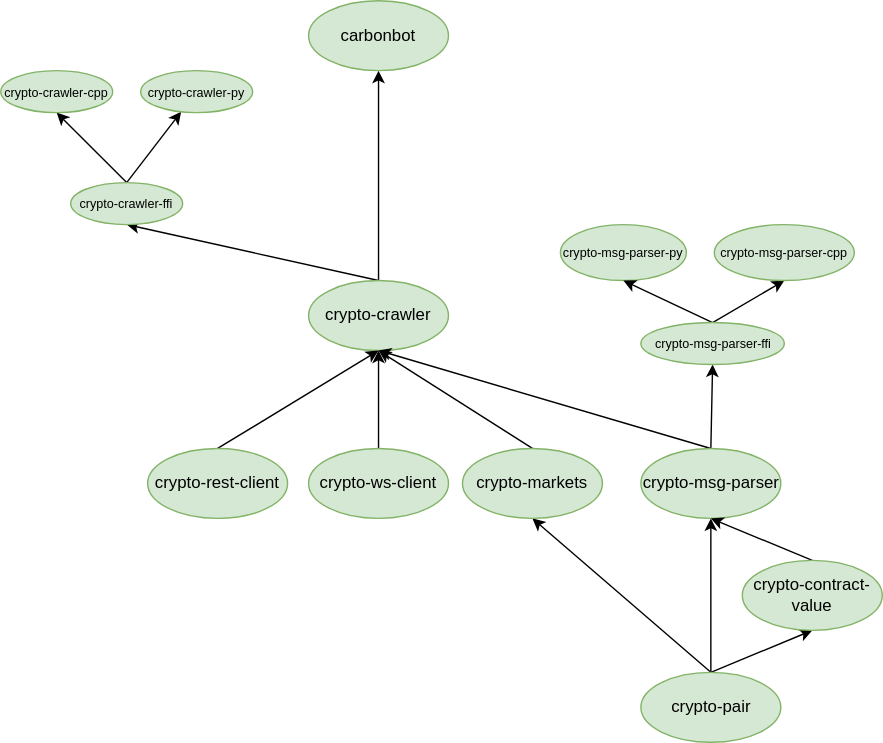
Before: dependency-tree.svg, a diagram exported from draw.io (crypto-crawler/crypto-crawler-rs). Source tidied: cells renumbered, new cells last; positions are measured from the earlier drawing's top-left corner, leaving out a move shared by most shapes.
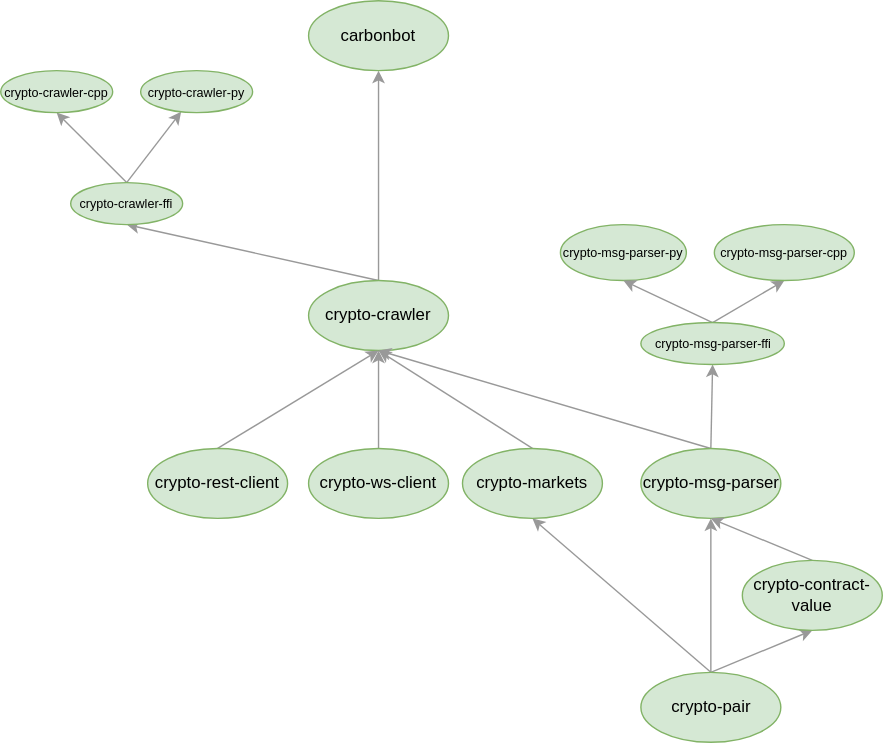
Above is the later version.

What changed in the source:
```diff
@@ -2,37 +2,37 @@
   <root>
     <mxCell id="0" />
     <mxCell id="1" parent="0" />
-    <mxCell id="2" style="rounded=0;jettySize=auto;html=1;entryX=0.5;entryY=1;entryDx=0;entryDy=0;exitX=0.5;exitY=0;exitDx=0;exitDy=0;" parent="1" edge="1" source="5" target="19">
+    <mxCell id="2" style="rounded=0;jettySize=auto;html=1;entryX=0.5;entryY=1;entryDx=0;entryDy=0;exitX=0.5;exitY=0;exitDx=0;exitDy=0;strokeColor=#999999;" parent="1" edge="1" source="5" target="19">
       <mxGeometry relative="1" as="geometry" />
     </mxCell>
-    <mxCell id="3" style="rounded=0;jettySize=auto;html=1;exitX=0.5;exitY=0;exitDx=0;exitDy=0;entryX=0.5;entryY=1;entryDx=0;entryDy=0;" parent="1" edge="1" source="5" target="21">
+    <mxCell id="3" style="rounded=0;jettySize=auto;html=1;exitX=0.5;exitY=0;exitDx=0;exitDy=0;entryX=0.5;entryY=1;entryDx=0;entryDy=0;strokeColor=#999999;" parent="1" edge="1" source="5" target="21">
       <mxGeometry relative="1" as="geometry" />
     </mxCell>
-    <mxCell id="4" style="rounded=0;jettySize=auto;html=1;exitX=0.5;exitY=0;exitDx=0;exitDy=0;entryX=0.5;entryY=1;entryDx=0;entryDy=0;" parent="1" edge="1" source="5" target="7">
+    <mxCell id="4" style="rounded=0;jettySize=auto;html=1;exitX=0.5;exitY=0;exitDx=0;exitDy=0;entryX=0.5;entryY=1;entryDx=0;entryDy=0;strokeColor=#999999;" parent="1" edge="1" source="5" target="7">
       <mxGeometry relative="1" as="geometry" />
     </mxCell>
     <mxCell id="5" value="crypto-pair" style="ellipse;whiteSpace=wrap;html=1;fillColor=#d5e8d4;strokeColor=#82b366;" parent="1" vertex="1">
       <mxGeometry x="457.5" y="480" width="100" height="50" as="geometry" />
     </mxCell>
-    <mxCell id="6" style="edgeStyle=none;rounded=0;jettySize=auto;html=1;exitX=0.5;exitY=0;exitDx=0;exitDy=0;entryX=0.5;entryY=1;entryDx=0;entryDy=0;" parent="1" edge="1" source="7" target="11">
+    <mxCell id="6" style="edgeStyle=none;rounded=0;jettySize=auto;html=1;exitX=0.5;exitY=0;exitDx=0;exitDy=0;entryX=0.5;entryY=1;entryDx=0;entryDy=0;strokeColor=#999999;" parent="1" edge="1" source="7" target="11">
       <mxGeometry relative="1" as="geometry" />
     </mxCell>
     <mxCell id="7" value="crypto-markets" style="ellipse;whiteSpace=wrap;html=1;fillColor=#d5e8d4;strokeColor=#82b366;" parent="1" vertex="1">
       <mxGeometry x="330" y="320" width="100" height="50" as="geometry" />
     </mxCell>
-    <mxCell id="8" style="rounded=0;jettySize=auto;html=1;exitX=0.5;exitY=0;exitDx=0;exitDy=0;" parent="1" edge="1" source="25" target="22">
+    <mxCell id="8" style="rounded=0;jettySize=auto;html=1;exitX=0.5;exitY=0;exitDx=0;exitDy=0;strokeColor=#999999;" parent="1" edge="1" source="25" target="22">
       <mxGeometry relative="1" as="geometry" />
     </mxCell>
-    <mxCell id="9" style="rounded=0;jettySize=auto;html=1;exitX=0.5;exitY=0;exitDx=0;exitDy=0;entryX=0.5;entryY=1;entryDx=0;entryDy=0;" parent="1" edge="1" source="11" target="25">
+    <mxCell id="9" style="rounded=0;jettySize=auto;html=1;exitX=0.5;exitY=0;exitDx=0;exitDy=0;entryX=0.5;entryY=1;entryDx=0;entryDy=0;strokeColor=#999999;" parent="1" edge="1" source="11" target="25">
       <mxGeometry relative="1" as="geometry" />
     </mxCell>
-    <mxCell id="10" style="edgeStyle=none;rounded=0;jettySize=auto;html=1;exitX=0.5;exitY=0;exitDx=0;exitDy=0;entryX=0.5;entryY=1;entryDx=0;entryDy=0;" parent="1" edge="1" source="11" target="14">
+    <mxCell id="10" style="edgeStyle=none;rounded=0;jettySize=auto;html=1;exitX=0.5;exitY=0;exitDx=0;exitDy=0;entryX=0.5;entryY=1;entryDx=0;entryDy=0;strokeColor=#999999;" parent="1" edge="1" source="11" target="14">
       <mxGeometry relative="1" as="geometry" />
     </mxCell>
     <mxCell id="11" value="crypto-crawler" style="ellipse;whiteSpace=wrap;html=1;fillColor=#d5e8d4;strokeColor=#82b366;" parent="1" vertex="1">
       <mxGeometry x="220" y="200" width="100" height="50" as="geometry" />
     </mxCell>
-    <mxCell id="12" style="edgeStyle=none;rounded=0;jettySize=auto;html=1;exitX=0.5;exitY=0;exitDx=0;exitDy=0;entryX=0.5;entryY=1;entryDx=0;entryDy=0;" parent="1" edge="1" source="13" target="11">
+    <mxCell id="12" style="edgeStyle=none;rounded=0;jettySize=auto;html=1;exitX=0.5;exitY=0;exitDx=0;exitDy=0;entryX=0.5;entryY=1;entryDx=0;entryDy=0;strokeColor=#999999;" parent="1" edge="1" source="13" target="11">
       <mxGeometry relative="1" as="geometry" />
     </mxCell>
     <mxCell id="13" value="crypto-ws-client" style="ellipse;whiteSpace=wrap;html=1;fillColor=#d5e8d4;strokeColor=#82b366;" parent="1" vertex="1">
@@ -41,22 +41,22 @@
     <mxCell id="14" value="carbonbot" style="ellipse;whiteSpace=wrap;html=1;fillColor=#d5e8d4;strokeColor=#82b366;" parent="1" vertex="1">
       <mxGeometry x="220" width="100" height="50" as="geometry" />
     </mxCell>
-    <mxCell id="15" style="edgeStyle=none;rounded=0;jettySize=auto;html=1;exitX=0.5;exitY=0;exitDx=0;exitDy=0;entryX=0.5;entryY=1;entryDx=0;entryDy=0;" parent="1" edge="1" source="16" target="11">
+    <mxCell id="15" style="edgeStyle=none;rounded=0;jettySize=auto;html=1;exitX=0.5;exitY=0;exitDx=0;exitDy=0;entryX=0.5;entryY=1;entryDx=0;entryDy=0;strokeColor=#999999;" parent="1" edge="1" source="16" target="11">
       <mxGeometry relative="1" as="geometry" />
     </mxCell>
     <mxCell id="16" value="crypto-rest-client" style="ellipse;whiteSpace=wrap;html=1;fillColor=#d5e8d4;strokeColor=#82b366;" parent="1" vertex="1">
       <mxGeometry x="105" y="320" width="100" height="50" as="geometry" />
     </mxCell>
-    <mxCell id="17" style="edgeStyle=none;rounded=0;jettySize=auto;html=1;exitX=0.5;exitY=0;exitDx=0;exitDy=0;entryX=0.5;entryY=1;entryDx=0;entryDy=0;exitPerimeter=0;" parent="1" edge="1" source="19" target="11">
+    <mxCell id="17" style="edgeStyle=none;rounded=0;jettySize=auto;html=1;exitX=0.5;exitY=0;exitDx=0;exitDy=0;entryX=0.5;entryY=1;entryDx=0;entryDy=0;exitPerimeter=0;strokeColor=#999999;" parent="1" edge="1" source="19" target="11">
       <mxGeometry relative="1" as="geometry" />
     </mxCell>
-    <mxCell id="18" style="edgeStyle=none;rounded=0;jettySize=auto;html=1;exitX=0.5;exitY=0;exitDx=0;exitDy=0;entryX=0.5;entryY=1;entryDx=0;entryDy=0;" parent="1" edge="1" source="19" target="29">
+    <mxCell id="18" style="edgeStyle=none;rounded=0;jettySize=auto;html=1;exitX=0.5;exitY=0;exitDx=0;exitDy=0;entryX=0.5;entryY=1;entryDx=0;entryDy=0;strokeColor=#999999;" parent="1" edge="1" source="19" target="29">
       <mxGeometry relative="1" as="geometry" />
     </mxCell>
     <mxCell id="19" value="crypto-msg-parser" style="ellipse;whiteSpace=wrap;html=1;fillColor=#d5e8d4;strokeColor=#82b366;" parent="1" vertex="1">
       <mxGeometry x="457.5" y="320" width="100" height="50" as="geometry" />
     </mxCell>
-    <mxCell id="20" style="edgeStyle=none;rounded=0;jettySize=auto;html=1;exitX=0.5;exitY=0;exitDx=0;exitDy=0;entryX=0.5;entryY=1;entryDx=0;entryDy=0;" parent="1" edge="1" source="21" target="19">
+    <mxCell id="20" style="edgeStyle=none;rounded=0;jettySize=auto;html=1;exitX=0.5;exitY=0;exitDx=0;exitDy=0;entryX=0.5;entryY=1;entryDx=0;entryDy=0;strokeColor=#999999;" parent="1" edge="1" source="21" target="19">
       <mxGeometry relative="1" as="geometry" />
     </mxCell>
     <mxCell id="21" value="crypto-contract-value" style="ellipse;whiteSpace=wrap;html=1;fillColor=#d5e8d4;strokeColor=#82b366;" parent="1" vertex="1">
@@ -68,7 +68,7 @@
     <mxCell id="23" value="&lt;font style=&quot;font-size: 9px&quot;&gt;crypto-msg-parser-py&lt;/font&gt;" style="ellipse;whiteSpace=wrap;html=1;fillColor=#d5e8d4;strokeColor=#82b366;" parent="1" vertex="1">
       <mxGeometry x="400" y="160" width="90" height="40" as="geometry" />
     </mxCell>
-    <mxCell id="24" style="edgeStyle=none;rounded=0;jettySize=auto;html=1;exitX=0.5;exitY=0;exitDx=0;exitDy=0;entryX=0.5;entryY=1;entryDx=0;entryDy=0;" parent="1" edge="1" source="25" target="26">
+    <mxCell id="24" style="edgeStyle=none;rounded=0;jettySize=auto;html=1;exitX=0.5;exitY=0;exitDx=0;exitDy=0;entryX=0.5;entryY=1;entryDx=0;entryDy=0;strokeColor=#999999;" parent="1" edge="1" source="25" target="26">
       <mxGeometry relative="1" as="geometry" />
     </mxCell>
     <mxCell id="25" value="&lt;font style=&quot;font-size: 9px&quot;&gt;crypto-crawler-ffi&lt;/font&gt;" style="ellipse;whiteSpace=wrap;html=1;fillColor=#d5e8d4;strokeColor=#82b366;" parent="1" vertex="1">
@@ -77,10 +77,10 @@
     <mxCell id="26" value="&lt;font style=&quot;font-size: 9px&quot;&gt;crypto-crawler-cpp&lt;/font&gt;" style="ellipse;whiteSpace=wrap;html=1;fillColor=#d5e8d4;strokeColor=#82b366;" parent="1" vertex="1">
       <mxGeometry y="50" width="80" height="30" as="geometry" />
     </mxCell>
-    <mxCell id="27" style="edgeStyle=none;rounded=0;jettySize=auto;html=1;exitX=0.5;exitY=0;exitDx=0;exitDy=0;entryX=0.5;entryY=1;entryDx=0;entryDy=0;" parent="1" edge="1" source="29" target="30">
+    <mxCell id="27" style="edgeStyle=none;rounded=0;jettySize=auto;html=1;exitX=0.5;exitY=0;exitDx=0;exitDy=0;entryX=0.5;entryY=1;entryDx=0;entryDy=0;strokeColor=#999999;" parent="1" edge="1" source="29" target="30">
       <mxGeometry relative="1" as="geometry" />
     </mxCell>
-    <mxCell id="28" style="edgeStyle=none;rounded=0;jettySize=auto;html=1;exitX=0.5;exitY=0;exitDx=0;exitDy=0;entryX=0.5;entryY=1;entryDx=0;entryDy=0;" parent="1" edge="1" source="29" target="23">
+    <mxCell id="28" style="edgeStyle=none;rounded=0;jettySize=auto;html=1;exitX=0.5;exitY=0;exitDx=0;exitDy=0;entryX=0.5;entryY=1;entryDx=0;entryDy=0;strokeColor=#999999;" parent="1" edge="1" source="29" target="23">
       <mxGeometry relative="1" as="geometry" />
     </mxCell>
     <mxCell id="29" value="&lt;font style=&quot;font-size: 9px&quot;&gt;crypto-msg-parser-ffi&lt;/font&gt;" style="ellipse;whiteSpace=wrap;html=1;fillColor=#d5e8d4;strokeColor=#82b366;" parent="1" vertex="1">
```
